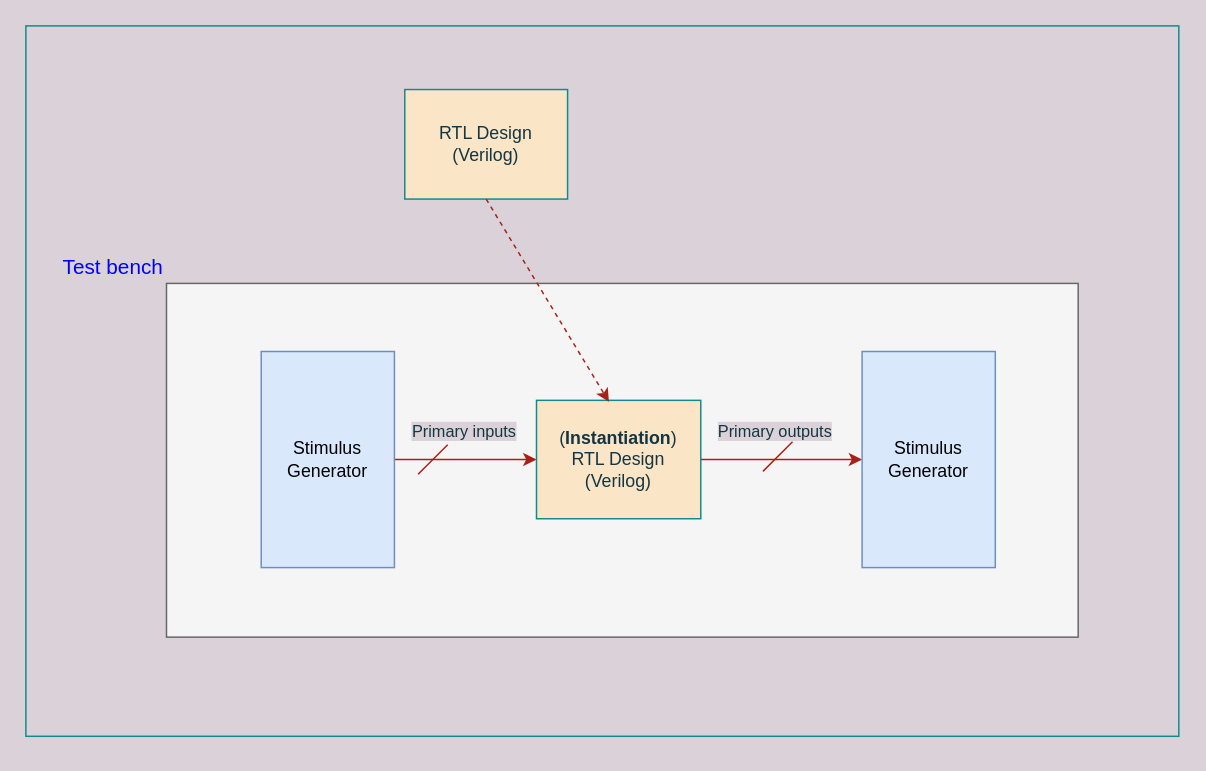
The draw.io diagram page "Page-1" (1 of 4) of assets/diagrams.drawio in kambadur/sky130RTLDesignAndSynthesisWorkshop, before the edit. Source tidied: cells renumbered, new cells numbered last; positions are measured from the earlier drawing's top-left corner, leaving out a move shared by most shapes. Both pictures are drawn from the tidied source at 148%, with x=0, y=0 at pixel (25, 25).
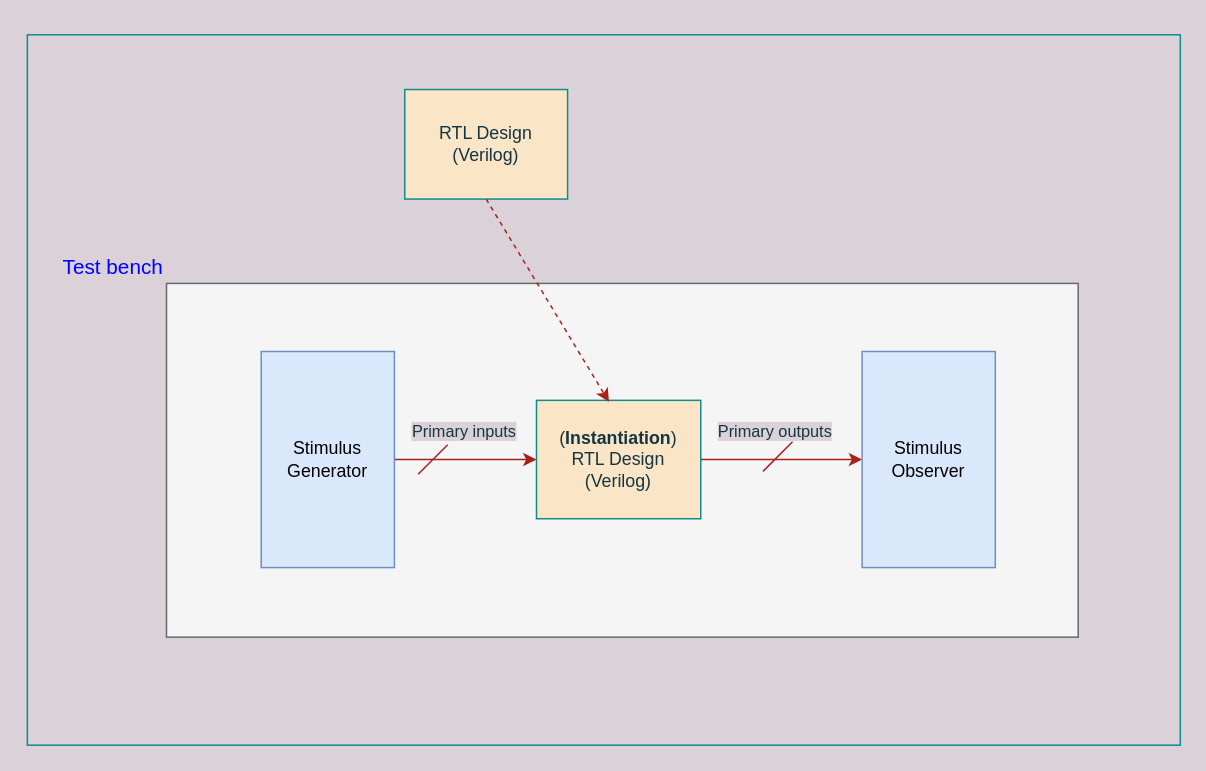
Above is the later version.

Change to the diagram source:
```diff
@@
 <mxGraphModel background="#DAD2D8">
   <root>
     <mxCell id="0" />
     <mxCell id="1" parent="0" />
     <mxCell id="2" value="RTL Design&lt;br&gt;(Verilog)" style="rounded=0;whiteSpace=wrap;html=1;fillColor=#FAE5C7;strokeColor=#0F8B8D;fontColor=#143642;" parent="1" vertex="1">
       <mxGeometry x="256" y="43" width="110" height="74" as="geometry" />
     </mxCell>
     <mxCell id="3" value="&lt;div style=&quot;text-align: center; font-size: 14px;&quot;&gt;&lt;/div&gt;&lt;font color=&quot;#0000ff&quot; style=&quot;font-size: 14px;&quot;&gt;Test bench&lt;/font&gt;" style="rounded=0;whiteSpace=wrap;html=1;labelPosition=left;verticalLabelPosition=top;align=right;verticalAlign=bottom;horizontal=1;fontSize=14;fillColor=#f5f5f5;fontColor=#333333;strokeColor=#666666;" parent="1" vertex="1">
       <mxGeometry x="95" y="174" width="616" height="239" as="geometry" />
     </mxCell>
     <mxCell id="4" style="edgeStyle=orthogonalEdgeStyle;rounded=0;jettySize=auto;html=1;labelBackgroundColor=#DAD2D8;strokeColor=#A8201A;fontColor=#143642;" parent="1" edge="1" source="5" target="13">
       <mxGeometry relative="1" as="geometry" />
     </mxCell>
     <mxCell id="5" value="(&lt;b&gt;Instantiation&lt;/b&gt;)&lt;br&gt;RTL Design&lt;br&gt;(Verilog)" style="rounded=0;whiteSpace=wrap;html=1;fillColor=#FAE5C7;strokeColor=#0F8B8D;fontColor=#143642;" parent="1" vertex="1">
       <mxGeometry x="345" y="253" width="111" height="80" as="geometry" />
     </mxCell>
     <mxCell id="6" style="edgeStyle=orthogonalEdgeStyle;rounded=0;jettySize=auto;html=1;entryX=0;entryY=0.5;entryDx=0;entryDy=0;labelBackgroundColor=#DAD2D8;strokeColor=#A8201A;fontColor=#143642;" parent="1" edge="1" source="8" target="5">
       <mxGeometry relative="1" as="geometry" />
     </mxCell>
     <mxCell id="7" value="Primary inputs" style="edgeLabel;html=1;align=center;verticalAlign=middle;fontColor=#143642;rounded=0;labelBackgroundColor=#DAD2D8;" parent="6" vertex="1">
       <mxGeometry x="-0.32" y="1" relative="1" as="geometry">
         <mxPoint x="13" y="-19" as="offset" />
       </mxGeometry>
     </mxCell>
     <mxCell id="8" value="Stimulus &lt;br&gt;Generator" style="rounded=0;whiteSpace=wrap;html=1;fillColor=#dae8fc;strokeColor=#6c8ebf;" parent="1" vertex="1">
       <mxGeometry x="159" y="220" width="90" height="146" as="geometry" />
     </mxCell>
     <mxCell id="9" style="endArrow=none;html=1;rounded=0;labelBackgroundColor=#DAD2D8;strokeColor=#A8201A;fontColor=#143642;" parent="1" edge="1">
       <mxGeometry relative="1" as="geometry">
         <mxPoint x="265" y="303" as="sourcePoint" />
         <mxPoint x="285" y="283" as="targetPoint" />
       </mxGeometry>
     </mxCell>
     <mxCell id="10" style="endArrow=none;html=1;rounded=0;labelBackgroundColor=#DAD2D8;strokeColor=#A8201A;fontColor=#143642;" parent="1" edge="1">
       <mxGeometry relative="1" as="geometry">
         <mxPoint x="498" y="301" as="sourcePoint" />
         <mxPoint x="518" y="281" as="targetPoint" />
       </mxGeometry>
     </mxCell>
     <mxCell id="11" style="endArrow=classic;html=1;rounded=0;exitX=0.5;exitY=1;exitDx=0;exitDy=0;fillColor=#FAE5C7;strokeColor=#A8201A;dashed=1;entryX=0.441;entryY=0.013;entryDx=0;entryDy=0;entryPerimeter=0;labelBackgroundColor=#DAD2D8;fontColor=#143642;" parent="1" edge="1" source="2" target="5">
       <mxGeometry relative="1" as="geometry" />
     </mxCell>
     <mxCell id="12" value="Primary outputs" style="edgeLabel;html=1;align=center;verticalAlign=middle;fontColor=#143642;rounded=0;labelBackgroundColor=#DAD2D8;" parent="1" vertex="1">
       <mxGeometry x="525" y="273" as="geometry">
         <mxPoint x="-20" as="offset" />
       </mxGeometry>
     </mxCell>
-    <mxCell id="13" value="Stimulus &lt;br&gt;Generator" style="rounded=0;whiteSpace=wrap;html=1;fillColor=#dae8fc;strokeColor=#6c8ebf;" parent="1" vertex="1">
+    <mxCell id="13" value="Stimulus &lt;br&gt;Observer" style="rounded=0;whiteSpace=wrap;html=1;fillColor=#dae8fc;strokeColor=#6c8ebf;" parent="1" vertex="1">
       <mxGeometry x="565" y="220" width="90" height="146" as="geometry" />
     </mxCell>
     <mxCell id="14" style="rounded=0;whiteSpace=wrap;html=1;fillColor=none;strokeColor=#0F8B8D;fontColor=#143642;" parent="1" vertex="1">
-      <mxGeometry width="779" height="480" as="geometry" />
+      <mxGeometry x="1" y="6" width="779" height="480" as="geometry" />
     </mxCell>
   </root>
 </mxGraphModel>
```
